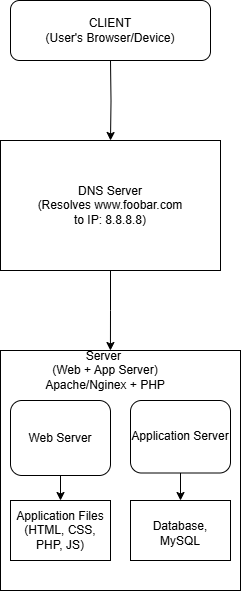
The draw.io diagram 0x09-web_infrastructure_design/0. Simple web stack.drawio.png in DUNCORIR/alx-system_engineering-devops, before a commit. Source tidied: cells renumbered, new cells last; positions are measured from the earlier drawing's top-left corner, leaving out a move shared by most shapes.
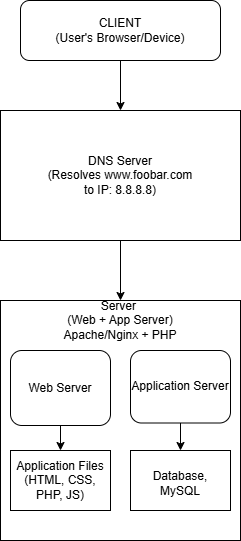
The same diagram one commit later.

What changed in the source:
```diff
@@ -2,16 +2,8 @@
   <root>
     <mxCell id="0" />
     <mxCell id="1" parent="0" />
-    <mxCell id="2" style="edgeStyle=orthogonalEdgeStyle;rounded=0;jettySize=auto;html=1;exitX=0.5;exitY=1;exitDx=0;exitDy=0;entryX=0.5;entryY=0;entryDx=0;entryDy=0;" parent="1" edge="1" target="4">
-      <mxGeometry relative="1" as="geometry">
-        <mxPoint x="110" y="60" as="sourcePoint" />
-      </mxGeometry>
-    </mxCell>
-    <mxCell id="3" style="edgeStyle=orthogonalEdgeStyle;rounded=0;jettySize=auto;html=1;exitX=0.5;exitY=1;exitDx=0;exitDy=0;entryX=0.529;entryY=0;entryDx=0;entryDy=0;entryPerimeter=0;" parent="1" edge="1" source="4" target="10">
-      <mxGeometry relative="1" as="geometry" />
-    </mxCell>
     <mxCell id="4" value="&lt;div&gt;DNS Server&lt;/div&gt;(Resolves www.foobar.com&lt;div&gt;to IP: 8.8.8.8)&lt;/div&gt;" style="rounded=0;whiteSpace=wrap;html=1;" parent="1" vertex="1">
-      <mxGeometry y="140" width="220" height="130" as="geometry" />
+      <mxGeometry x="10" y="160" width="220" height="130" as="geometry" />
     </mxCell>
     <mxCell id="5" style="whiteSpace=wrap;html=1;" parent="1" vertex="1">
       <mxGeometry y="350" width="240" height="240" as="geometry" />
@@ -28,8 +20,8 @@
     <mxCell id="9" value="Application Server" style="rounded=1;whiteSpace=wrap;html=1;" parent="1" vertex="1">
       <mxGeometry x="130" y="400" width="100" height="72.5" as="geometry" />
     </mxCell>
-    <mxCell id="10" value="Server&amp;nbsp;&lt;div&gt;(Web + App Server&lt;span style=&quot;background-color: initial;&quot;&gt;)&lt;/span&gt;&lt;/div&gt;&lt;div&gt;&lt;span style=&quot;background-color: initial;&quot;&gt;Apache/Nginex + PHP&lt;/span&gt;&lt;/div&gt;" style="text;html=1;align=center;verticalAlign=middle;whiteSpace=wrap;rounded=0;" parent="1" vertex="1">
-      <mxGeometry x="20" y="350" width="170" height="40" as="geometry" />
+    <mxCell id="10" value="Server&amp;nbsp;&lt;div&gt;(Web + App Server&lt;span style=&quot;background-color: initial;&quot;&gt;)&lt;/span&gt;&lt;/div&gt;&lt;div&gt;&lt;span style=&quot;background-color: initial;&quot;&gt;Apache/Nginx + PHP&lt;/span&gt;&lt;/div&gt;" style="text;html=1;align=center;verticalAlign=middle;whiteSpace=wrap;rounded=0;" parent="1" vertex="1">
+      <mxGeometry x="35" y="350" width="170" height="40" as="geometry" />
     </mxCell>
     <mxCell id="11" style="rounded=0;whiteSpace=wrap;html=1;" parent="1" vertex="1">
       <mxGeometry x="10" y="500" width="100" height="60" as="geometry" />
@@ -43,8 +35,17 @@
     <mxCell id="14" value="Database, MySQL" style="text;html=1;align=center;verticalAlign=middle;whiteSpace=wrap;rounded=0;" parent="1" vertex="1">
       <mxGeometry x="130" y="502.5" width="100" height="60" as="geometry" />
     </mxCell>
+    <mxCell id="16" style="edgeStyle=orthogonalEdgeStyle;rounded=0;jettySize=auto;html=1;" parent="1" edge="1" source="15" target="18">
+      <mxGeometry relative="1" as="geometry" />
+    </mxCell>
     <mxCell id="15" value="CLIENT&lt;div&gt;(User's Browser/Device)&lt;/div&gt;" style="rounded=1;whiteSpace=wrap;html=1;" parent="1" vertex="1">
-      <mxGeometry x="10" width="200" height="60" as="geometry" />
+      <mxGeometry x="20" y="50" width="200" height="60" as="geometry" />
     </mxCell>
+    <mxCell id="17" style="edgeStyle=orthogonalEdgeStyle;rounded=0;jettySize=auto;html=1;" parent="1" edge="1" source="18" target="10">
+      <mxGeometry relative="1" as="geometry" />
+    </mxCell>
+    <mxCell id="18" value="&lt;div&gt;DNS Server&lt;/div&gt;(Resolves www.foobar.com&lt;div&gt;to IP: 8.8.8.8)&lt;/div&gt;" style="rounded=0;whiteSpace=wrap;html=1;" parent="1" vertex="1">
+      <mxGeometry y="160" width="240" height="130" as="geometry" />
+    </mxCell>
   </root>
 </mxGraphModel>
```
